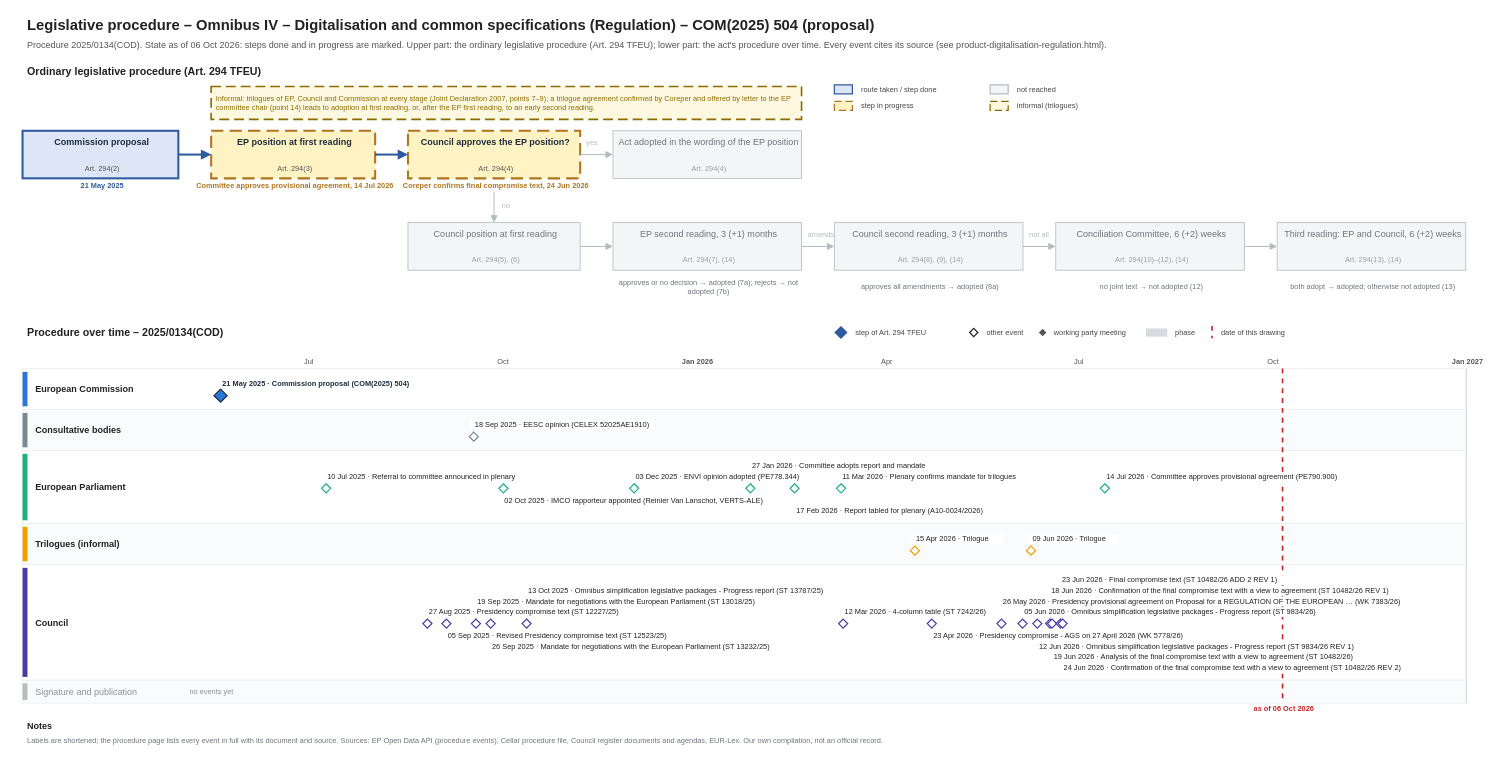
Before: procedures/product-digitalisation-regulation.drawio in git-z0man/eu-regulation-timeline, a draw.io diagram. Source tidied: cells renumbered, new cells numbered last; positions are measured from the earlier drawing's top-left corner, leaving out a move shared by most shapes. Both pictures are drawn from the tidied source at 82%, with x=0, y=0 at pixel (14, 14).
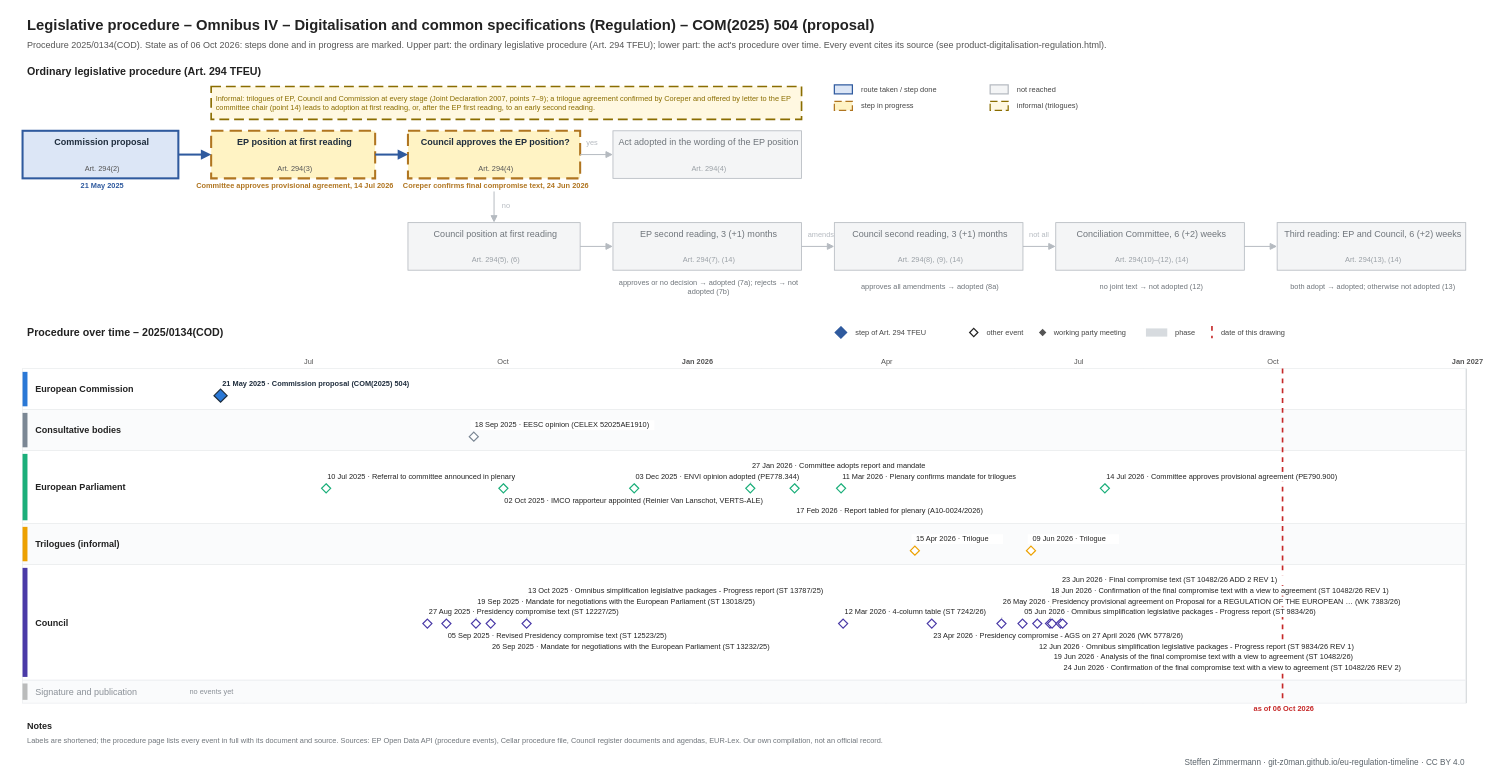
After the change.

What changed in the source:
```diff
@@
+    <mxCell id="184" value="Steffen Zimmermann · git-z0man.github.io/eu-regulation-timeline · CC BY 4.0" style="text;html=1;fontSize=10;fontColor=#5b646b;align=right;verticalAlign=middle;spacingLeft=4;" parent="1" vertex="1">
+      <mxGeometry x="10" y="904" width="1760" height="16" as="geometry" />
+    </mxCell>
```
